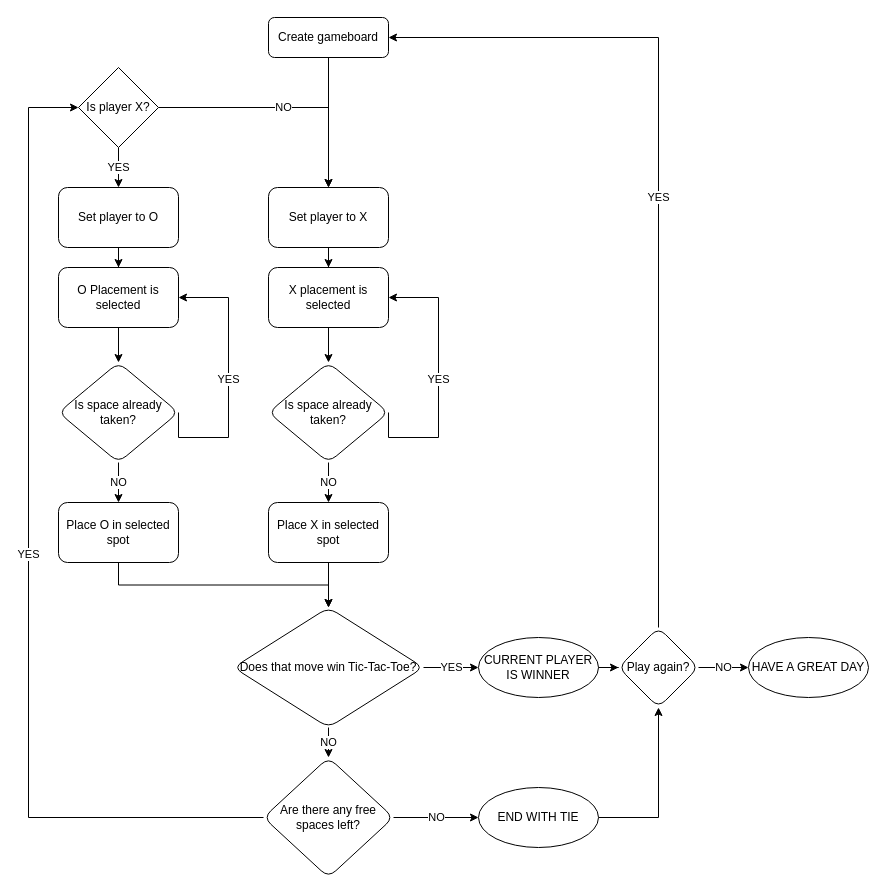
JonnyG7613/Tic-Tac-Toe keeps this draw.io diagram as Untitled Diagram.drawio. Above is the earlier version. Source tidied: cells renumbered, new cells numbered last; positions are measured from the earlier drawing's top-left corner, leaving out a move shared by most shapes. Both pictures are drawn from the tidied source at 100%, with x=0, y=0 at pixel (28, 17).
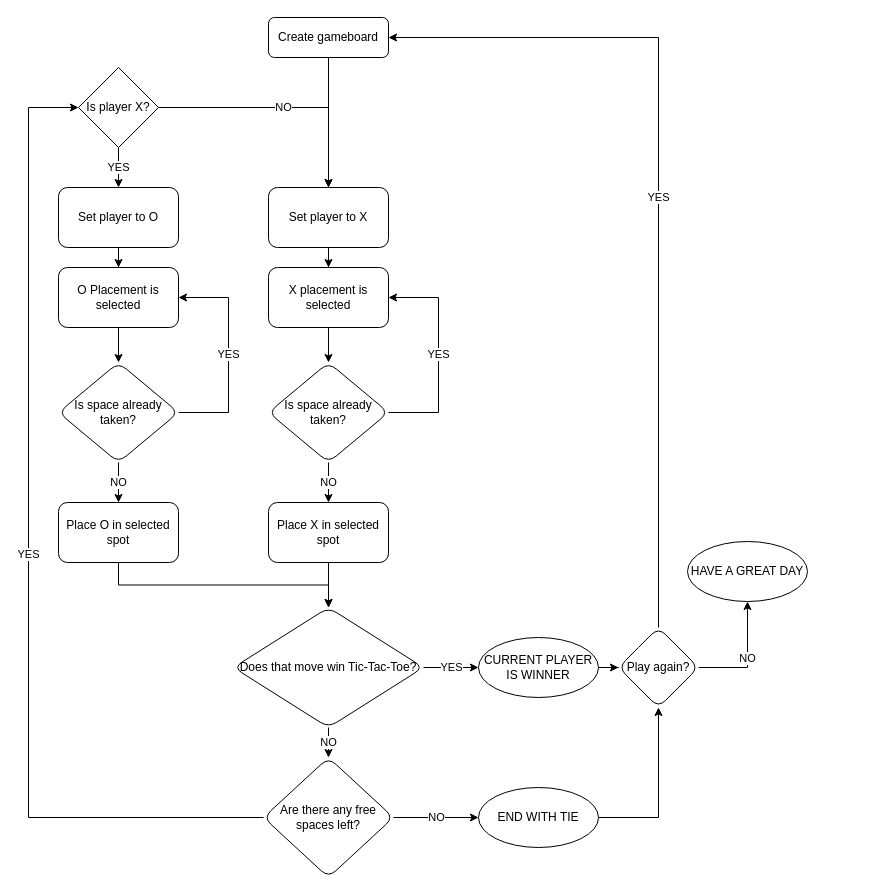
After the change.

Commit message:
Overall Flowchart complete.

The change refers to these unchanged cells:
```xml
<mxCell id="7" value="X placement is selected" style="whiteSpace=wrap;html=1;rounded=1;glass=0;strokeWidth=1;shadow=0;" parent="1" vertex="1">
  <mxGeometry x="240" y="250" width="120" height="60" as="geometry" />
</mxCell>
<mxCell id="10" value="Is space already taken?" style="rhombus;whiteSpace=wrap;html=1;rounded=1;glass=0;strokeWidth=1;shadow=0;" parent="1" vertex="1">
  <mxGeometry x="240" y="345" width="120" height="100" as="geometry" />
</mxCell>
<mxCell id="24" value="O Placement is selected" style="whiteSpace=wrap;html=1;rounded=1;glass=0;strokeWidth=1;shadow=0;" parent="1" vertex="1">
  <mxGeometry x="30" y="250" width="120" height="60" as="geometry" />
</mxCell>
<mxCell id="27" value="Is space already taken?" style="rhombus;whiteSpace=wrap;html=1;rounded=1;glass=0;strokeWidth=1;shadow=0;" parent="1" vertex="1">
  <mxGeometry x="30" y="345" width="120" height="100" as="geometry" />
</mxCell>
<mxCell id="37" value="Play again?" style="rhombus;whiteSpace=wrap;html=1;rounded=1;glass=0;strokeWidth=1;shadow=0;" parent="1" vertex="1">
  <mxGeometry x="590" y="610" width="80" height="80" as="geometry" />
</mxCell>
```

Diff of the diagram source:
```diff
@@
     <mxCell id="8" value="YES" style="edgeStyle=orthogonalEdgeStyle;rounded=0;jettySize=auto;html=1;exitX=1;exitY=0.5;exitDx=0;exitDy=0;entryX=1;entryY=0.5;entryDx=0;entryDy=0;" parent="1" edge="1" source="10" target="7">
       <mxGeometry relative="1" as="geometry">
         <Array as="points">
-          <mxPoint x="410" y="420" />
+          <mxPoint x="410" y="395" />
           <mxPoint x="410" y="280" />
         </Array>
       </mxGeometry>
     </mxCell>
@@
     <mxCell id="25" value="YES" style="edgeStyle=orthogonalEdgeStyle;rounded=0;jettySize=auto;html=1;exitX=1;exitY=0.5;exitDx=0;exitDy=0;entryX=1;entryY=0.5;entryDx=0;entryDy=0;" parent="1" edge="1" source="27" target="24">
       <mxGeometry relative="1" as="geometry">
         <Array as="points">
-          <mxPoint x="200" y="420" />
+          <mxPoint x="200" y="395" />
           <mxPoint x="200" y="280" />
         </Array>
       </mxGeometry>
     </mxCell>
@@
-    <mxCell id="36" value="NO" style="edgeStyle=orthogonalEdgeStyle;rounded=0;jettySize=auto;html=1;" parent="1" edge="1" source="37" target="38">
+    <mxCell id="36" value="NO" style="edgeStyle=orthogonalEdgeStyle;rounded=0;jettySize=auto;html=1;entryX=0.5;entryY=1;entryDx=0;entryDy=0;exitX=1;exitY=0.5;exitDx=0;exitDy=0;" parent="1" edge="1" source="37" target="38">
       <mxGeometry relative="1" as="geometry" />
     </mxCell>
@@
     <mxCell id="38" value="HAVE A GREAT DAY" style="ellipse;whiteSpace=wrap;html=1;rounded=1;glass=0;strokeWidth=1;shadow=0;" parent="1" vertex="1">
-      <mxGeometry x="720" y="620" width="120" height="60" as="geometry" />
+      <mxGeometry x="659" y="524" width="120" height="60" as="geometry" />
     </mxCell>
```
